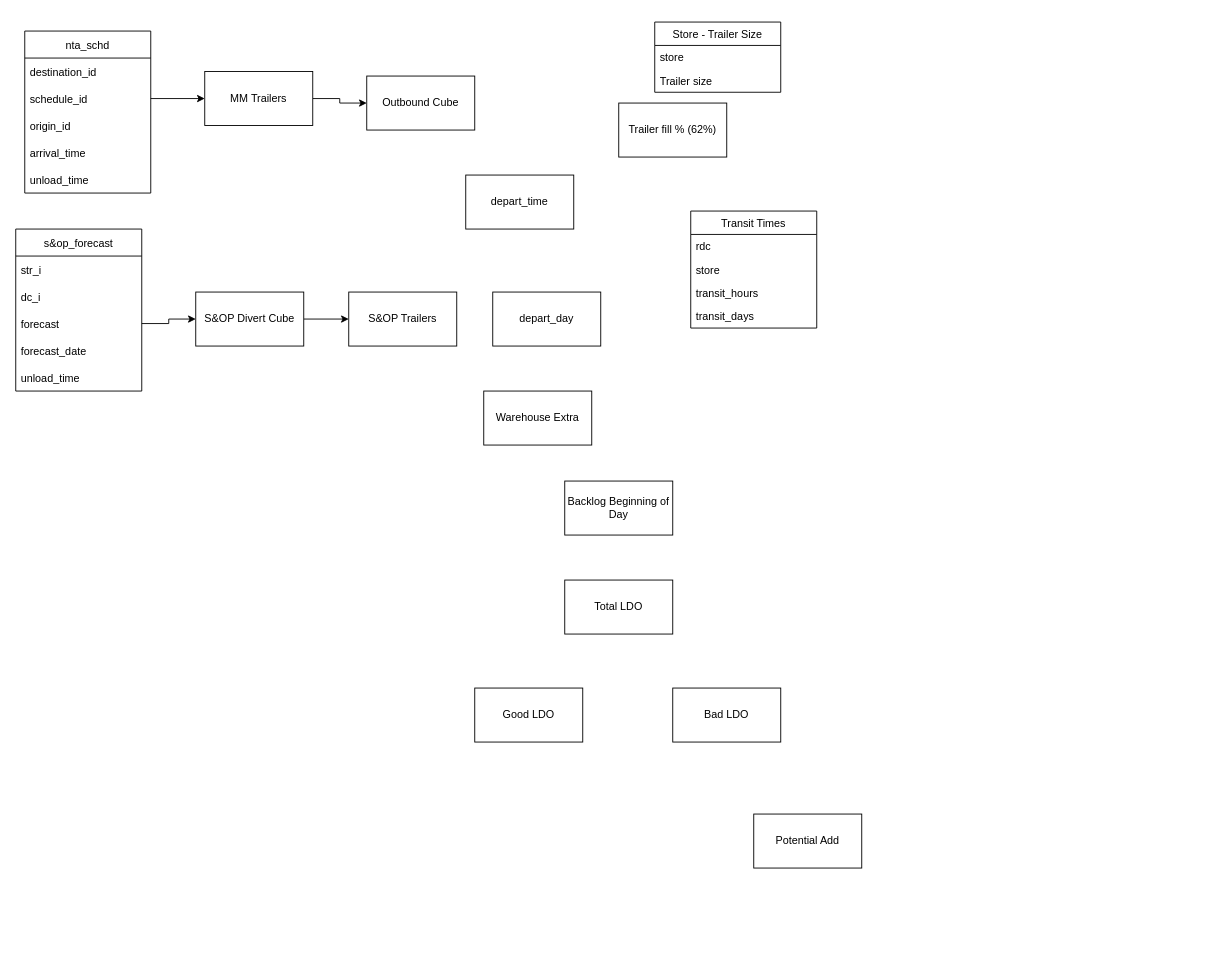
Above: Untitled Diagram.drawio in daniale93/draw.io (draw.io), before the change. Source tidied: cells renumbered, new cells numbered last; positions are measured from the earlier drawing's top-left corner, leaving out a move shared by most shapes. Both pictures are drawn from the tidied source at 90%, with x=0, y=0 at pixel (15, 22).
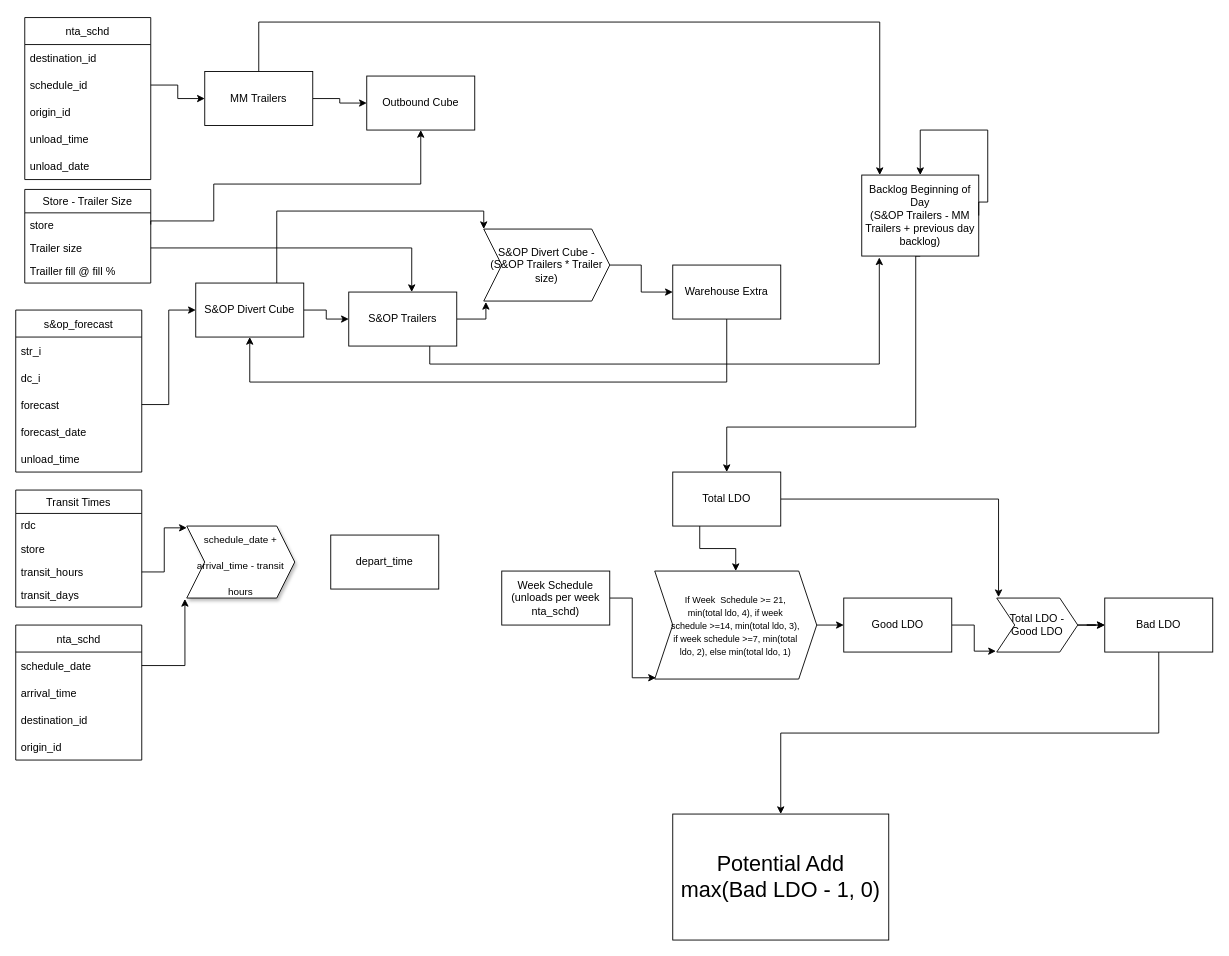
After the change.

Unchanged cells that the change refers to:
```xml
<mxCell id="8" value="S&amp;amp;OP Trailers" style="rounded=0;whiteSpace=wrap;html=1;" parent="1" vertex="1">
  <mxGeometry x="370" y="300" width="120" height="60" as="geometry" />
</mxCell>
<mxCell id="9" value="Outbound Cube" style="rounded=0;whiteSpace=wrap;html=1;" parent="1" vertex="1">
  <mxGeometry x="390" y="60" width="120" height="60" as="geometry" />
</mxCell>
<mxCell id="13" value="MM Trailers" style="rounded=0;whiteSpace=wrap;html=1;" parent="1" vertex="1">
  <mxGeometry x="210" y="55" width="120" height="60" as="geometry" />
</mxCell>
<mxCell id="23" value="transit_hours&#10;" style="text;strokeColor=none;fillColor=none;align=left;verticalAlign=top;spacingLeft=4;spacingRight=4;overflow=hidden;points=[[0,0.5],[1,0.5]];portConstraint=eastwest;" parent="20" vertex="1">
  <mxGeometry y="78" width="140" height="26" as="geometry" />
</mxCell>
<mxCell id="29" value="store" style="text;strokeColor=none;fillColor=none;align=left;verticalAlign=top;spacingLeft=4;spacingRight=4;overflow=hidden;points=[[0,0.5],[1,0.5]];portConstraint=eastwest;" parent="28" vertex="1">
  <mxGeometry y="26" width="140" height="26" as="geometry" />
</mxCell>
<mxCell id="30" value="Trailer size" style="text;strokeColor=none;fillColor=none;align=left;verticalAlign=top;spacingLeft=4;spacingRight=4;overflow=hidden;points=[[0,0.5],[1,0.5]];portConstraint=eastwest;" parent="28" vertex="1">
  <mxGeometry y="52" width="140" height="26" as="geometry" />
</mxCell>
```

The edit, as a diff of the source:
```diff
@@
-    <mxCell id="2" value="Potential Add" style="rounded=0;whiteSpace=wrap;html=1;" parent="1" vertex="1">
-      <mxGeometry x="820" y="880" width="120" height="60" as="geometry" />
+    <mxCell id="2" value="&lt;font style=&quot;font-size: 24px&quot;&gt;Potential Add&lt;br&gt;max(Bad LDO - 1, 0)&lt;br&gt;&lt;/font&gt;" style="rounded=0;whiteSpace=wrap;html=1;" parent="1" vertex="1">
+      <mxGeometry x="730" y="880" width="240" height="140" as="geometry" />
     </mxCell>
+    <mxCell id="39" style="edgeStyle=orthogonalEdgeStyle;rounded=0;jettySize=auto;html=1;exitX=0.5;exitY=1;exitDx=0;exitDy=0;entryX=0.5;entryY=0;entryDx=0;entryDy=0;fontSize=24;" parent="1" edge="1" source="3" target="2">
+      <mxGeometry relative="1" as="geometry" />
+    </mxCell>
     <mxCell id="3" value="Bad LDO" style="rounded=0;whiteSpace=wrap;html=1;" parent="1" vertex="1">
-      <mxGeometry x="730" y="740" width="120" height="60" as="geometry" />
+      <mxGeometry x="1210" y="640" width="120" height="60" as="geometry" />
     </mxCell>
+    <mxCell id="40" style="edgeStyle=orthogonalEdgeStyle;rounded=0;jettySize=auto;html=1;exitX=1;exitY=0.5;exitDx=0;exitDy=0;entryX=-0.011;entryY=0.983;entryDx=0;entryDy=0;entryPerimeter=0;fontSize=24;" parent="1" edge="1" source="4" target="60">
+      <mxGeometry relative="1" as="geometry">
+        <Array as="points">
+          <mxPoint x="1065" y="670" />
+          <mxPoint x="1065" y="699" />
+        </Array>
+      </mxGeometry>
+    </mxCell>
     <mxCell id="4" value="Good LDO" style="rounded=0;whiteSpace=wrap;html=1;" parent="1" vertex="1">
-      <mxGeometry x="510" y="740" width="120" height="60" as="geometry" />
+      <mxGeometry x="920" y="640" width="120" height="60" as="geometry" />
     </mxCell>
+    <mxCell id="41" style="edgeStyle=orthogonalEdgeStyle;rounded=0;jettySize=auto;html=1;exitX=0.25;exitY=1;exitDx=0;exitDy=0;entryX=0.5;entryY=0;entryDx=0;entryDy=0;fontSize=10;" parent="1" edge="1" source="5" target="57">
+      <mxGeometry relative="1" as="geometry" />
+    </mxCell>
+    <mxCell id="42" style="edgeStyle=orthogonalEdgeStyle;rounded=0;jettySize=auto;html=1;exitX=1;exitY=0.5;exitDx=0;exitDy=0;entryX=0.022;entryY=-0.017;entryDx=0;entryDy=0;entryPerimeter=0;fontSize=10;" parent="1" edge="1" source="5" target="60">
+      <mxGeometry relative="1" as="geometry" />
+    </mxCell>
     <mxCell id="5" value="Total LDO" style="rounded=0;whiteSpace=wrap;html=1;" parent="1" vertex="1">
-      <mxGeometry x="610" y="620" width="120" height="60" as="geometry" />
+      <mxGeometry x="730" y="500" width="120" height="60" as="geometry" />
     </mxCell>
+    <mxCell id="43" style="edgeStyle=orthogonalEdgeStyle;rounded=0;jettySize=auto;html=1;exitX=0.5;exitY=1;exitDx=0;exitDy=0;entryX=0.5;entryY=0;entryDx=0;entryDy=0;" parent="1" edge="1" source="6" target="5">
+      <mxGeometry relative="1" as="geometry">
+        <Array as="points">
+          <mxPoint x="1000" y="450" />
+          <mxPoint x="790" y="450" />
+        </Array>
+      </mxGeometry>
+    </mxCell>
-    <mxCell id="6" value="Backlog Beginning of Day" style="rounded=0;whiteSpace=wrap;html=1;" parent="1" vertex="1">
-      <mxGeometry x="610" y="510" width="120" height="60" as="geometry" />
+    <mxCell id="6" value="Backlog Beginning of Day&lt;br&gt;(S&amp;amp;OP Trailers - MM Trailers + previous day backlog)" style="rounded=0;whiteSpace=wrap;html=1;" parent="1" vertex="1">
+      <mxGeometry x="940" y="170" width="130" height="90" as="geometry" />
     </mxCell>
+    <mxCell id="44" style="edgeStyle=orthogonalEdgeStyle;rounded=0;jettySize=auto;html=1;exitX=0.5;exitY=1;exitDx=0;exitDy=0;entryX=0.5;entryY=1;entryDx=0;entryDy=0;" parent="1" edge="1" source="7" target="11">
+      <mxGeometry relative="1" as="geometry">
+        <Array as="points">
+          <mxPoint x="790" y="400" />
+          <mxPoint x="260" y="400" />
+        </Array>
+      </mxGeometry>
+    </mxCell>
     <mxCell id="7" value="Warehouse Extra" style="rounded=0;whiteSpace=wrap;html=1;" parent="1" vertex="1">
-      <mxGeometry x="520" y="410" width="120" height="60" as="geometry" />
+      <mxGeometry x="730" y="270" width="120" height="60" as="geometry" />
     </mxCell>
+    <mxCell id="45" style="edgeStyle=orthogonalEdgeStyle;rounded=0;jettySize=auto;html=1;exitX=1;exitY=0.5;exitDx=0;exitDy=0;entryX=0.017;entryY=1.013;entryDx=0;entryDy=0;entryPerimeter=0;" parent="1" edge="1" source="8" target="52">
+      <mxGeometry relative="1" as="geometry" />
+    </mxCell>
+    <mxCell id="46" style="edgeStyle=orthogonalEdgeStyle;rounded=0;jettySize=auto;html=1;exitX=0.75;exitY=1;exitDx=0;exitDy=0;entryX=0.15;entryY=1.017;entryDx=0;entryDy=0;entryPerimeter=0;" parent="1" edge="1" source="8" target="6">
+      <mxGeometry relative="1" as="geometry" />
+    </mxCell>
@@
+    <mxCell id="47" style="edgeStyle=orthogonalEdgeStyle;rounded=0;jettySize=auto;html=1;exitX=0.75;exitY=0;exitDx=0;exitDy=0;entryX=0;entryY=0;entryDx=0;entryDy=0;entryPerimeter=0;" parent="1" edge="1" source="11" target="52">
+      <mxGeometry relative="1" as="geometry" />
+    </mxCell>
     <mxCell id="11" value="S&amp;amp;OP Divert Cube" style="rounded=0;whiteSpace=wrap;html=1;" parent="1" vertex="1">
-      <mxGeometry x="200" y="300" width="120" height="60" as="geometry" />
+      <mxGeometry x="200" y="290" width="120" height="60" as="geometry" />
     </mxCell>
@@
+    <mxCell id="48" style="edgeStyle=orthogonalEdgeStyle;rounded=0;jettySize=auto;html=1;exitX=0.5;exitY=0;exitDx=0;exitDy=0;" parent="1" edge="1" source="13" target="6">
+      <mxGeometry relative="1" as="geometry">
+        <Array as="points">
+          <mxPoint x="270" />
+          <mxPoint x="960" />
+        </Array>
+      </mxGeometry>
+    </mxCell>
@@
     <mxCell id="14" value="nta_schd" style="swimlane;fontStyle=0;horizontal=1;startSize=30;" parent="1" vertex="1">
-      <mxGeometry x="10" y="10" width="140" height="180" as="geometry" />
+      <mxGeometry x="10" y="-5" width="140" height="180" as="geometry" />
     </mxCell>
@@
-    <mxCell id="18" value="arrival_time" style="text;strokeColor=none;fillColor=none;align=left;verticalAlign=middle;spacingLeft=4;spacingRight=4;overflow=hidden;" parent="14" vertex="1">
-      <mxGeometry y="120" width="140" height="30" as="geometry" />
-    </mxCell>
     <mxCell id="19" value="unload_time" style="text;strokeColor=none;fillColor=none;align=left;verticalAlign=middle;spacingLeft=4;spacingRight=4;overflow=hidden;" parent="14" vertex="1">
-      <mxGeometry y="150" width="140" height="30" as="geometry" />
+      <mxGeometry y="120" width="140" height="30" as="geometry" />
     </mxCell>
+    <mxCell id="49" value="unload_date" style="text;strokeColor=none;fillColor=none;align=left;verticalAlign=middle;spacingLeft=4;spacingRight=4;overflow=hidden;" parent="14" vertex="1">
+      <mxGeometry y="150" width="140" height="30" as="geometry" />
+    </mxCell>
     <mxCell id="20" value="Transit Times" style="swimlane;fontStyle=0;horizontal=1;startSize=26;fillColor=none;" parent="1" vertex="1">
-      <mxGeometry x="750" y="210" width="140" height="130" as="geometry" />
+      <mxGeometry y="520" width="140" height="130" as="geometry" />
     </mxCell>
@@
     <mxCell id="25" value="depart_time" style="rounded=0;whiteSpace=wrap;html=1;" parent="1" vertex="1">
-      <mxGeometry x="500" y="170" width="120" height="60" as="geometry" />
+      <mxGeometry x="350" y="570" width="120" height="60" as="geometry" />
     </mxCell>
-    <mxCell id="26" value="depart_day" style="rounded=0;whiteSpace=wrap;html=1;" parent="1" vertex="1">
-      <mxGeometry x="530" y="300" width="120" height="60" as="geometry" />
-    </mxCell>
-    <mxCell id="27" value="Trailer fill % (62%)" style="rounded=0;whiteSpace=wrap;html=1;" parent="1" vertex="1">
-      <mxGeometry x="670" y="90" width="120" height="60" as="geometry" />
-    </mxCell>
     <mxCell id="28" value="Store - Trailer Size" style="swimlane;fontStyle=0;horizontal=1;startSize=26;fillColor=none;" parent="1" vertex="1">
-      <mxGeometry x="710" width="140" height="78" as="geometry" />
+      <mxGeometry x="10" y="186" width="140" height="104" as="geometry" />
     </mxCell>
@@
+    <mxCell id="50" value="Trailler fill @ fill %" style="text;strokeColor=none;fillColor=none;align=left;verticalAlign=top;spacingLeft=4;spacingRight=4;overflow=hidden;" parent="28" vertex="1">
+      <mxGeometry y="78" width="140" height="26" as="geometry" />
+    </mxCell>
     <mxCell id="31" value="s&amp;op_forecast" style="swimlane;fontStyle=0;horizontal=1;startSize=30;" parent="1" vertex="1">
-      <mxGeometry y="230" width="140" height="180" as="geometry" />
+      <mxGeometry y="320" width="140" height="180" as="geometry" />
     </mxCell>
@@
+    <mxCell id="51" style="edgeStyle=orthogonalEdgeStyle;rounded=0;jettySize=auto;html=1;exitX=1;exitY=0.5;exitDx=0;exitDy=0;entryX=0;entryY=0.5;entryDx=0;entryDy=0;" parent="1" edge="1" source="52" target="7">
+      <mxGeometry relative="1" as="geometry" />
+    </mxCell>
+    <mxCell id="52" value="S&amp;amp;OP Divert Cube - (S&amp;amp;OP Trailers * Trailer size)" style="shape=step;perimeter=stepPerimeter;whiteSpace=wrap;html=1;fixedSize=1;" parent="1" vertex="1">
+      <mxGeometry x="520" y="230" width="140" height="80" as="geometry" />
+    </mxCell>
+    <mxCell id="53" style="edgeStyle=orthogonalEdgeStyle;rounded=0;orthogonalLoop=1;jettySize=auto;html=1;exitX=1;exitY=0.5;exitDx=0;exitDy=0;entryX=0.5;entryY=0;entryDx=0;entryDy=0;" parent="1" edge="1" source="6" target="6">
+      <mxGeometry relative="1" as="geometry">
+        <Array as="points">
+          <mxPoint x="1070" y="200" />
+          <mxPoint x="1080" y="200" />
+          <mxPoint x="1080" y="120" />
+          <mxPoint x="1005" y="120" />
+        </Array>
+      </mxGeometry>
+    </mxCell>
+    <mxCell id="54" style="edgeStyle=orthogonalEdgeStyle;rounded=0;jettySize=auto;html=1;exitX=1;exitY=0.5;exitDx=0;exitDy=0;entryX=0.007;entryY=0.988;entryDx=0;entryDy=0;entryPerimeter=0;fontSize=10;" parent="1" edge="1" source="55" target="57">
+      <mxGeometry relative="1" as="geometry" />
+    </mxCell>
+    <mxCell id="55" value="Week Schedule (unloads per week nta_schd)" style="rounded=0;whiteSpace=wrap;html=1;" parent="1" vertex="1">
+      <mxGeometry x="540" y="610" width="120" height="60" as="geometry" />
+    </mxCell>
+    <mxCell id="56" style="edgeStyle=orthogonalEdgeStyle;rounded=0;jettySize=auto;html=1;exitX=1;exitY=0.5;exitDx=0;exitDy=0;fontSize=10;entryX=0;entryY=0.5;entryDx=0;entryDy=0;" parent="1" edge="1" source="57" target="4">
+      <mxGeometry relative="1" as="geometry" />
+    </mxCell>
+    <mxCell id="57" value="&lt;table border=&quot;0&quot; cellpadding=&quot;0&quot; cellspacing=&quot;0&quot; width=&quot;145&quot; style=&quot;border-collapse: collapse ; width: 109pt&quot;&gt;&lt;colgroup&gt;&lt;col width=&quot;145&quot; style=&quot;width: 109pt&quot;&gt;&lt;/colgroup&gt;&lt;tbody&gt;&lt;tr style=&quot;height: 16pt&quot;&gt;&lt;td height=&quot;21&quot; width=&quot;145&quot; style=&quot;padding-top: 1px ; padding-right: 1px ; padding-left: 1px ; font-family: &amp;#34;calibri&amp;#34; , sans-serif ; vertical-align: bottom ; border: none ; height: 16pt ; width: 109pt&quot;&gt;&lt;font style=&quot;font-size: 10px&quot;&gt;If Week&amp;nbsp; Schedule &amp;gt;= 21, min(total ldo, 4), if week schedule &amp;gt;=14, min(total ldo, 3), if week schedule &amp;gt;=7, min(total ldo, 2), else min(total ldo, 1)&lt;/font&gt;&lt;/td&gt;&lt;/tr&gt;&lt;/tbody&gt;&lt;/table&gt;" style="shape=step;perimeter=stepPerimeter;whiteSpace=wrap;html=1;fixedSize=1;" parent="1" vertex="1">
+      <mxGeometry x="710" y="610" width="180" height="120" as="geometry" />
+    </mxCell>
+    <mxCell id="58" style="edgeStyle=orthogonalEdgeStyle;rounded=0;jettySize=auto;html=1;exitX=1;exitY=0.5;exitDx=0;exitDy=0;entryX=0;entryY=0.5;entryDx=0;entryDy=0;fontSize=10;" parent="1" edge="1" source="60" target="3">
+      <mxGeometry relative="1" as="geometry" />
+    </mxCell>
+    <mxCell id="59" style="edgeStyle=orthogonalEdgeStyle;rounded=0;jettySize=auto;html=1;fontSize=11;" parent="1" edge="1" source="60" target="3">
+      <mxGeometry relative="1" as="geometry" />
+    </mxCell>
+    <mxCell id="60" value="Total LDO - Good LDO" style="shape=step;perimeter=stepPerimeter;whiteSpace=wrap;html=1;fixedSize=1;" parent="1" vertex="1">
+      <mxGeometry x="1090" y="640" width="90" height="60" as="geometry" />
+    </mxCell>
+    <mxCell id="61" value="nta_schd" style="swimlane;fontStyle=0;horizontal=1;startSize=30;" parent="1" vertex="1">
+      <mxGeometry y="670" width="140" height="150" as="geometry" />
+    </mxCell>
+    <mxCell id="62" value="schedule_date" style="text;strokeColor=none;fillColor=none;align=left;verticalAlign=middle;spacingLeft=4;spacingRight=4;overflow=hidden;points=[[0,0.5],[1,0.5]];portConstraint=eastwest;" parent="61" vertex="1">
+      <mxGeometry y="30" width="140" height="30" as="geometry" />
+    </mxCell>
+    <mxCell id="18" value="arrival_time" style="text;strokeColor=none;fillColor=none;align=left;verticalAlign=middle;spacingLeft=4;spacingRight=4;overflow=hidden;" parent="61" vertex="1">
+      <mxGeometry y="60" width="140" height="30" as="geometry" />
+    </mxCell>
+    <mxCell id="63" value="destination_id" style="text;strokeColor=none;fillColor=none;align=left;verticalAlign=middle;spacingLeft=4;spacingRight=4;overflow=hidden;" parent="61" vertex="1">
+      <mxGeometry y="90" width="140" height="30" as="geometry" />
+    </mxCell>
+    <mxCell id="64" value="origin_id" style="text;strokeColor=none;fillColor=none;align=left;verticalAlign=middle;spacingLeft=4;spacingRight=4;overflow=hidden;" parent="61" vertex="1">
+      <mxGeometry y="120" width="140" height="30" as="geometry" />
+    </mxCell>
+    <mxCell id="65" value="&lt;span style=&quot;font-size: 11px&quot;&gt;schedule_date + arrival_time - transit hours&lt;/span&gt;" style="shape=step;perimeter=stepPerimeter;whiteSpace=wrap;html=1;fixedSize=1;shadow=1;fontSize=24;" parent="1" vertex="1">
+      <mxGeometry x="190" y="560" width="120" height="80" as="geometry" />
+    </mxCell>
+    <mxCell id="66" style="edgeStyle=orthogonalEdgeStyle;rounded=0;jettySize=auto;html=1;exitX=1;exitY=0.5;exitDx=0;exitDy=0;entryX=0;entryY=0.025;entryDx=0;entryDy=0;entryPerimeter=0;fontSize=11;" parent="1" edge="1" source="23" target="65">
+      <mxGeometry relative="1" as="geometry" />
+    </mxCell>
+    <mxCell id="67" style="edgeStyle=orthogonalEdgeStyle;rounded=0;jettySize=auto;html=1;exitX=1;exitY=0.5;exitDx=0;exitDy=0;entryX=-0.017;entryY=1.013;entryDx=0;entryDy=0;entryPerimeter=0;fontSize=11;" parent="1" edge="1" source="62" target="65">
+      <mxGeometry relative="1" as="geometry" />
+    </mxCell>
+    <mxCell id="68" style="edgeStyle=orthogonalEdgeStyle;rounded=0;jettySize=auto;html=1;exitX=1;exitY=0.5;exitDx=0;exitDy=0;entryX=0.583;entryY=0;entryDx=0;entryDy=0;entryPerimeter=0;fontSize=11;" parent="1" edge="1" source="30" target="8">
+      <mxGeometry relative="1" as="geometry" />
+    </mxCell>
+    <mxCell id="69" style="edgeStyle=orthogonalEdgeStyle;rounded=0;jettySize=auto;html=1;exitX=1;exitY=0.5;exitDx=0;exitDy=0;entryX=0.5;entryY=1;entryDx=0;entryDy=0;fontSize=11;" parent="1" edge="1" source="29" target="9">
+      <mxGeometry relative="1" as="geometry">
+        <Array as="points">
+          <mxPoint x="220" y="221" />
+          <mxPoint x="220" y="180" />
+          <mxPoint x="450" y="180" />
+        </Array>
+      </mxGeometry>
+    </mxCell>
```
